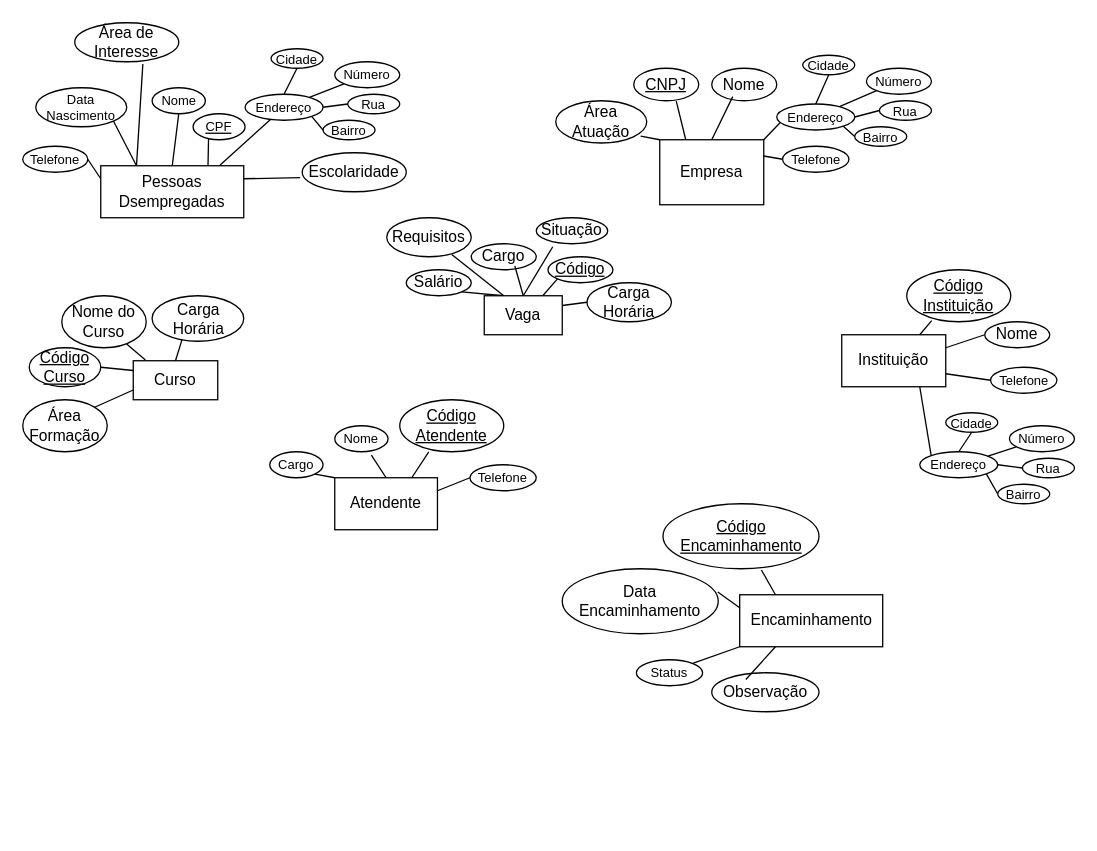
This is Trabalho Banco de Dados (Gestão Desempregados).drawio from MMaffi/Trabalho_Pratico_Banco_Dados_UFMS, a draw.io file, before an edit. Source tidied: cells renumbered, new cells numbered last; positions are measured from the earlier drawing's top-left corner, leaving out a move shared by most shapes. Both pictures are drawn from the tidied source at 130%, with x=0, y=0 at pixel (22, 22).
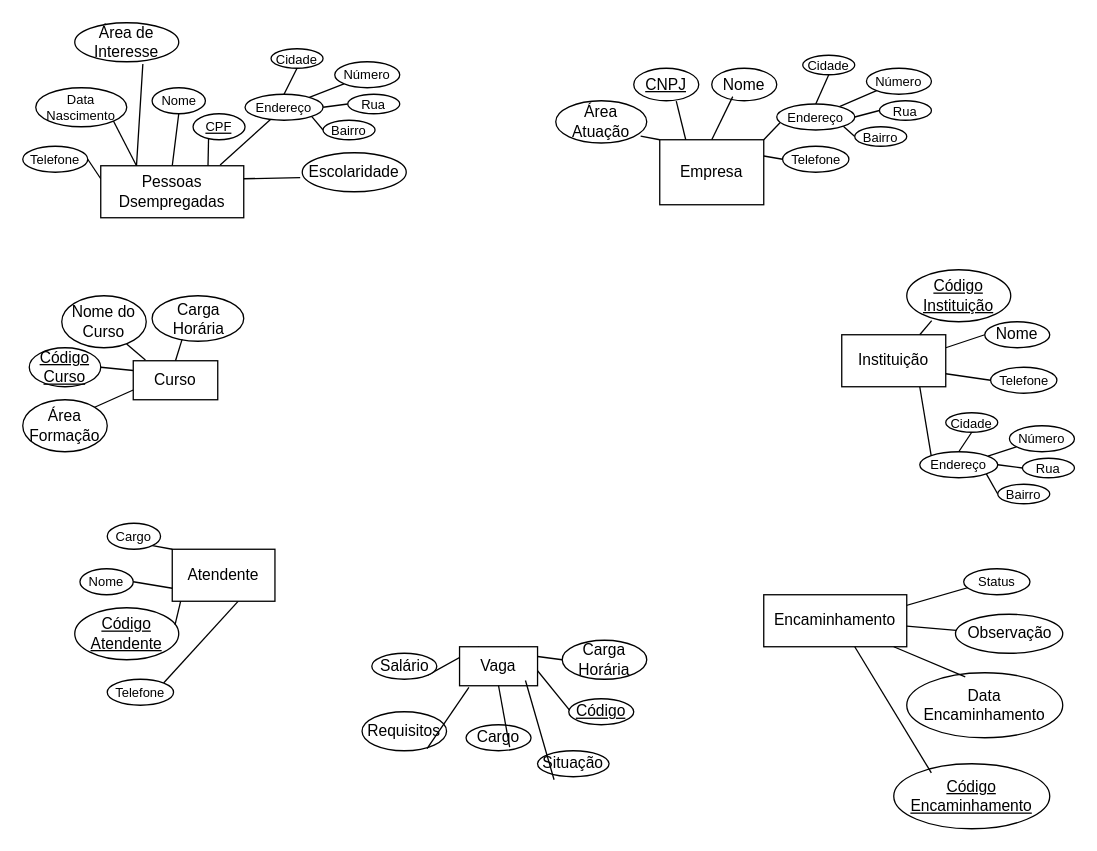
After the change.

Change to the diagram source:
```diff
@@
     <mxCell id="47" value="Vaga" style="rounded=0;whiteSpace=wrap;html=1;" parent="1" vertex="1">
-      <mxGeometry x="355" y="210" width="60" height="30" as="geometry" />
+      <mxGeometry x="336" y="480" width="60" height="30" as="geometry" />
     </mxCell>
     <mxCell id="48" value="&lt;u&gt;Código&lt;/u&gt;" style="ellipse;whiteSpace=wrap;html=1;" parent="1" vertex="1">
-      <mxGeometry x="404" y="180" width="50" height="20" as="geometry" />
+      <mxGeometry x="420" y="520" width="50" height="20" as="geometry" />
     </mxCell>
     <mxCell id="49" value="Cargo" style="ellipse;whiteSpace=wrap;html=1;" parent="1" vertex="1">
-      <mxGeometry x="345" y="170" width="50" height="20" as="geometry" />
+      <mxGeometry x="341" y="540" width="50" height="20" as="geometry" />
     </mxCell>
-    <mxCell id="50" style="edgeStyle=none;shape=wire;rounded=0;jettySize=auto;html=1;exitX=0.5;exitY=0;exitDx=0;exitDy=0;entryX=0.671;entryY=0.857;entryDx=0;entryDy=0;entryPerimeter=0;dashed=1;endArrow=none;endFill=0;" parent="1" edge="1" source="47" target="49">
+    <mxCell id="50" style="edgeStyle=none;shape=wire;rounded=0;jettySize=auto;html=1;exitX=0.5;exitY=1;exitDx=0;exitDy=0;entryX=0.671;entryY=0.857;entryDx=0;entryDy=0;entryPerimeter=0;dashed=1;endArrow=none;endFill=0;" parent="1" edge="1" source="47" target="49">
       <mxGeometry relative="1" as="geometry" />
     </mxCell>
     <mxCell id="51" value="Salário" style="ellipse;whiteSpace=wrap;html=1;" parent="1" vertex="1">
-      <mxGeometry x="295" y="190" width="50" height="20" as="geometry" />
+      <mxGeometry x="268.5" y="485" width="50" height="20" as="geometry" />
     </mxCell>
     <mxCell id="52" value="Situação" style="ellipse;whiteSpace=wrap;html=1;" parent="1" vertex="1">
-      <mxGeometry x="395" y="150" width="55" height="20" as="geometry" />
+      <mxGeometry x="396" y="560" width="55" height="20" as="geometry" />
     </mxCell>
-    <mxCell id="53" style="edgeStyle=none;rounded=0;jettySize=auto;html=1;exitX=0.5;exitY=0;exitDx=0;exitDy=0;entryX=0.231;entryY=1.114;entryDx=0;entryDy=0;entryPerimeter=0;endArrow=none;endFill=0;" parent="1" edge="1" source="47" target="52">
+    <mxCell id="53" style="edgeStyle=none;rounded=0;jettySize=auto;html=1;exitX=0.845;exitY=0.865;exitDx=0;exitDy=0;entryX=0.231;entryY=1.114;entryDx=0;entryDy=0;entryPerimeter=0;endArrow=none;endFill=0;exitPerimeter=0;" parent="1" edge="1" source="47" target="52">
       <mxGeometry relative="1" as="geometry" />
     </mxCell>
     <mxCell id="54" value="Requisitos" style="ellipse;whiteSpace=wrap;html=1;" parent="1" vertex="1">
-      <mxGeometry x="280" y="150" width="65" height="30" as="geometry" />
+      <mxGeometry x="261" y="530" width="65" height="30" as="geometry" />
     </mxCell>
-    <mxCell id="55" style="edgeStyle=none;rounded=0;jettySize=auto;html=1;exitX=0.25;exitY=0;exitDx=0;exitDy=0;entryX=0.769;entryY=0.943;entryDx=0;entryDy=0;entryPerimeter=0;endArrow=none;endFill=0;" parent="1" edge="1" source="47" target="54">
+    <mxCell id="55" style="edgeStyle=none;rounded=0;jettySize=auto;html=1;exitX=0.12;exitY=1.039;exitDx=0;exitDy=0;entryX=0.769;entryY=0.943;entryDx=0;entryDy=0;entryPerimeter=0;endArrow=none;endFill=0;exitPerimeter=0;" parent="1" edge="1" source="47" target="54">
       <mxGeometry relative="1" as="geometry" />
     </mxCell>
     <mxCell id="56" value="Carga Horária" style="ellipse;whiteSpace=wrap;html=1;" parent="1" vertex="1">
-      <mxGeometry x="434" y="200" width="65" height="30" as="geometry" />
+      <mxGeometry x="415" y="475" width="65" height="30" as="geometry" />
     </mxCell>
@@
-    <mxCell id="84" style="edgeStyle=none;rounded=0;jettySize=auto;html=1;exitX=1;exitY=0.25;exitDx=0;exitDy=0;entryX=0;entryY=0.5;entryDx=0;entryDy=0;endArrow=none;endFill=0;" parent="1" edge="1" source="85" target="91">
+    <mxCell id="84" style="edgeStyle=none;rounded=0;jettySize=auto;html=1;entryX=1;entryY=0;entryDx=0;entryDy=0;endArrow=none;endFill=0;exitX=0.643;exitY=0.997;exitDx=0;exitDy=0;exitPerimeter=0;" parent="1" edge="1" source="85" target="91">
       <mxGeometry relative="1" as="geometry" />
     </mxCell>
     <mxCell id="85" value="Atendente" style="rounded=0;whiteSpace=wrap;html=1;" parent="1" vertex="1">
-      <mxGeometry x="240" y="350" width="79" height="40" as="geometry" />
+      <mxGeometry x="115" y="405" width="79" height="40" as="geometry" />
     </mxCell>
     <mxCell id="86" value="&lt;u&gt;Código Atendente&lt;/u&gt;" style="ellipse;whiteSpace=wrap;html=1;" parent="1" vertex="1">
-      <mxGeometry x="290" y="290" width="80" height="40" as="geometry" />
+      <mxGeometry x="40" y="450" width="80" height="40" as="geometry" />
     </mxCell>
-    <mxCell id="87" style="edgeStyle=none;rounded=0;jettySize=auto;html=1;exitX=0.75;exitY=0;exitDx=0;exitDy=0;entryX=0.279;entryY=1.004;entryDx=0;entryDy=0;entryPerimeter=0;endArrow=none;endFill=0;" parent="1" edge="1" source="85" target="86">
+    <mxCell id="87" style="edgeStyle=none;rounded=0;jettySize=auto;html=1;exitX=0.082;exitY=0.997;exitDx=0;exitDy=0;entryX=0.964;entryY=0.328;entryDx=0;entryDy=0;entryPerimeter=0;endArrow=none;endFill=0;exitPerimeter=0;" parent="1" edge="1" source="85" target="86">
       <mxGeometry relative="1" as="geometry" />
     </mxCell>
     <mxCell id="88" value="Nome" style="ellipse;whiteSpace=wrap;html=1;fontSize=10;" parent="1" vertex="1">
-      <mxGeometry x="240" y="310" width="41" height="20" as="geometry" />
+      <mxGeometry x="44" y="420" width="41" height="20" as="geometry" />
     </mxCell>
-    <mxCell id="89" style="edgeStyle=none;rounded=0;jettySize=auto;html=1;exitX=0.5;exitY=0;exitDx=0;exitDy=0;entryX=0.687;entryY=1.133;entryDx=0;entryDy=0;entryPerimeter=0;endArrow=none;endFill=0;" parent="1" edge="1" source="85" target="88">
+    <mxCell id="89" style="edgeStyle=none;rounded=0;jettySize=auto;html=1;exitX=0;exitY=0.75;exitDx=0;exitDy=0;entryX=1;entryY=0.5;entryDx=0;entryDy=0;endArrow=none;endFill=0;" parent="1" edge="1" source="85" target="88">
       <mxGeometry relative="1" as="geometry" />
     </mxCell>
     <mxCell id="90" value="Cargo" style="ellipse;whiteSpace=wrap;html=1;fontSize=10;" parent="1" vertex="1">
-      <mxGeometry x="190" y="330" width="41" height="20" as="geometry" />
+      <mxGeometry x="65" y="385" width="41" height="20" as="geometry" />
     </mxCell>
     <mxCell id="91" value="Telefone" style="ellipse;whiteSpace=wrap;html=1;rounded=0;fontSize=10;" parent="1" vertex="1">
-      <mxGeometry x="344" y="340" width="51" height="20" as="geometry" />
+      <mxGeometry x="65" y="505" width="51" height="20" as="geometry" />
     </mxCell>
@@
     <mxCell id="93" value="Encaminhamento" style="rounded=0;whiteSpace=wrap;html=1;" parent="1" vertex="1">
-      <mxGeometry x="551.5" y="440" width="110" height="40" as="geometry" />
+      <mxGeometry x="570" y="440" width="110" height="40" as="geometry" />
     </mxCell>
     <mxCell id="94" value="&lt;u&gt;Código Encaminhamento&lt;/u&gt;" style="ellipse;whiteSpace=wrap;html=1;" parent="1" vertex="1">
-      <mxGeometry x="492.5" y="370" width="120" height="50" as="geometry" />
+      <mxGeometry x="670" y="570" width="120" height="50" as="geometry" />
     </mxCell>
-    <mxCell id="95" style="edgeStyle=none;rounded=0;jettySize=auto;html=1;exitX=0.25;exitY=0;exitDx=0;exitDy=0;entryX=0.631;entryY=1.02;entryDx=0;entryDy=0;entryPerimeter=0;endArrow=none;endFill=0;" parent="1" edge="1" source="93" target="94">
-      <mxGeometry relative="1" as="geometry" />
+    <mxCell id="95" style="edgeStyle=none;rounded=0;jettySize=auto;html=1;entryX=0.241;entryY=0.141;entryDx=0;entryDy=0;entryPerimeter=0;endArrow=none;endFill=0;" parent="1" edge="1" target="94">
+      <mxGeometry relative="1" as="geometry">
+        <mxPoint x="640" y="480" as="sourcePoint" />
+      </mxGeometry>
     </mxCell>
     <mxCell id="96" value="Data Encaminhamento" style="ellipse;whiteSpace=wrap;html=1;" parent="1" vertex="1">
-      <mxGeometry x="415" y="420" width="120" height="50" as="geometry" />
+      <mxGeometry x="680" y="500" width="120" height="50" as="geometry" />
     </mxCell>
-    <mxCell id="97" style="edgeStyle=none;rounded=0;jettySize=auto;html=1;exitX=0;exitY=0.25;exitDx=0;exitDy=0;entryX=0.997;entryY=0.358;entryDx=0;entryDy=0;entryPerimeter=0;endArrow=none;endFill=0;" parent="1" edge="1" source="93" target="96">
-      <mxGeometry relative="1" as="geometry" />
+    <mxCell id="97" style="edgeStyle=none;rounded=0;jettySize=auto;html=1;entryX=0.375;entryY=0.063;entryDx=0;entryDy=0;entryPerimeter=0;endArrow=none;endFill=0;" parent="1" edge="1" target="96">
+      <mxGeometry relative="1" as="geometry">
+        <mxPoint x="670" y="480" as="sourcePoint" />
+      </mxGeometry>
     </mxCell>
     <mxCell id="98" value="Status" style="ellipse;whiteSpace=wrap;html=1;rounded=0;fontSize=10;" parent="1" vertex="1">
-      <mxGeometry x="472" y="490" width="51" height="20" as="geometry" />
+      <mxGeometry x="723.8" y="420" width="51" height="20" as="geometry" />
     </mxCell>
+    <mxCell id="101" style="edgeStyle=none;rounded=0;jettySize=auto;html=1;endArrow=none;endFill=0;" parent="1" edge="1" source="99" target="93">
+      <mxGeometry relative="1" as="geometry" />
+    </mxCell>
     <mxCell id="99" value="Observação" style="ellipse;whiteSpace=wrap;html=1;" parent="1" vertex="1">
-      <mxGeometry x="530" y="500" width="82.5" height="30" as="geometry" />
+      <mxGeometry x="717.5" y="455" width="82.5" height="30" as="geometry" />
     </mxCell>
-    <mxCell id="100" style="edgeStyle=none;rounded=0;jettySize=auto;html=1;exitX=0.25;exitY=1;exitDx=0;exitDy=0;entryX=0.318;entryY=0.172;entryDx=0;entryDy=0;entryPerimeter=0;endArrow=none;endFill=0;" parent="1" edge="1" source="93" target="99">
-      <mxGeometry relative="1" as="geometry" />
-    </mxCell>
```
